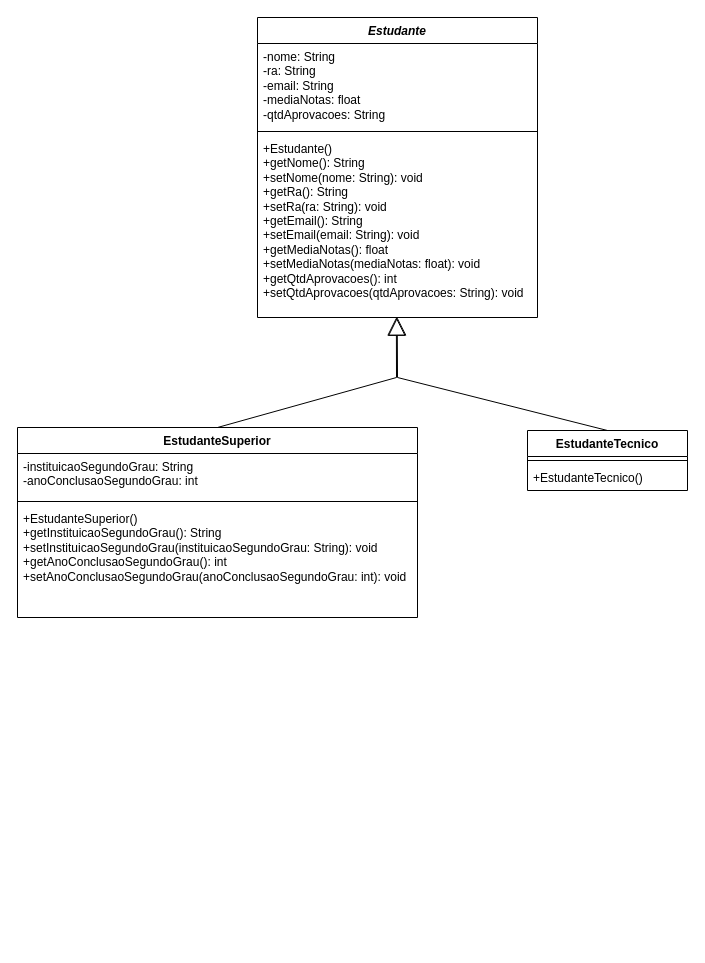
The draw.io diagram Aula4(Abstr_Interface)/Exercicio2_InstituicaoEducacional/Exercicio2_InstituicaoEducacional.drawio in Pedrh/POO, before the edit. Source tidied: cells renumbered, new cells numbered last; positions are measured from the earlier drawing's top-left corner, leaving out a move shared by most shapes. Both pictures are drawn from the tidied source at 100%, with x=0, y=0 at pixel (17, 17).
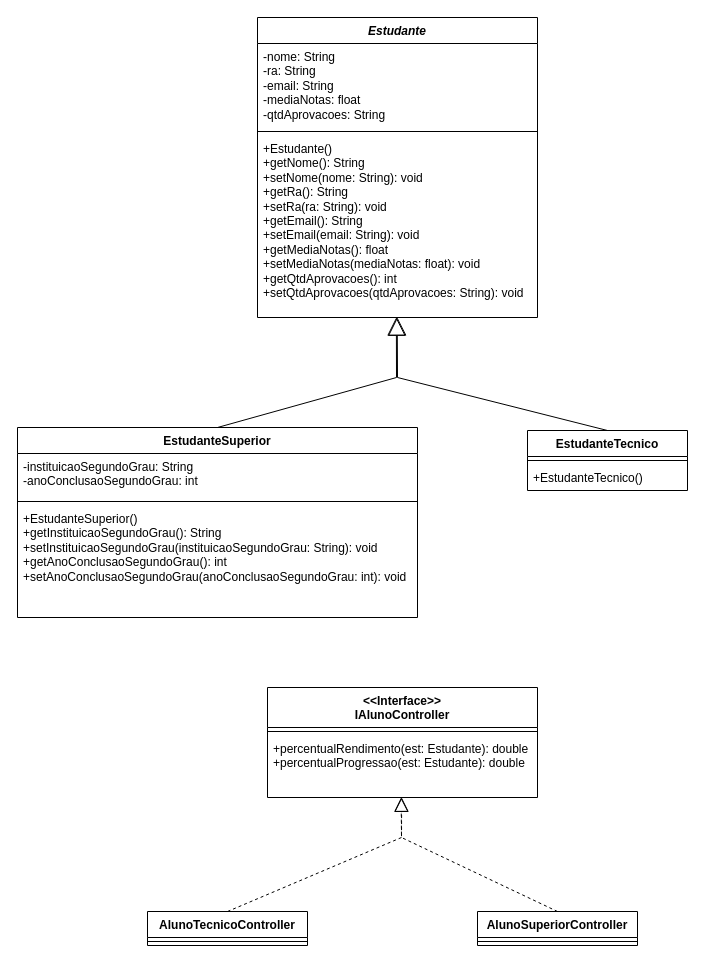
Above is the later version.

What changed in the source:
```diff
@@
+    <mxCell id="15" value="&amp;lt;&amp;lt;Interface&amp;gt;&amp;gt;&lt;div&gt;IAlunoController&lt;/div&gt;" style="swimlane;fontStyle=1;align=center;verticalAlign=top;horizontal=1;startSize=40;whiteSpace=wrap;html=1;" parent="1" vertex="1">
+      <mxGeometry x="250" y="670" width="270" height="110" as="geometry" />
+    </mxCell>
+    <mxCell id="16" style="line;strokeWidth=1;fillColor=none;align=left;verticalAlign=middle;spacingTop=-1;spacingLeft=3;spacingRight=3;labelPosition=right;strokeColor=inherit;" parent="15" vertex="1">
+      <mxGeometry y="40" width="270" height="8" as="geometry" />
+    </mxCell>
+    <mxCell id="17" value="+percentualRendimento(est: Estudante): double&lt;div&gt;+percentualProgressao(est: Estudante): double&lt;/div&gt;" style="text;strokeColor=none;fillColor=none;align=left;verticalAlign=top;spacingLeft=4;spacingRight=4;overflow=hidden;points=[[0,0.5],[1,0.5]];portConstraint=eastwest;whiteSpace=wrap;html=1;" parent="15" vertex="1">
+      <mxGeometry y="48" width="270" height="62" as="geometry" />
+    </mxCell>
+    <mxCell id="18" value="AlunoTecnicoController" style="swimlane;fontStyle=1;align=center;verticalAlign=top;horizontal=1;startSize=26;whiteSpace=wrap;html=1;" parent="1" vertex="1">
+      <mxGeometry x="130" y="894" width="160" height="34" as="geometry" />
+    </mxCell>
+    <mxCell id="19" style="line;strokeWidth=1;fillColor=none;align=left;verticalAlign=middle;spacingTop=-1;spacingLeft=3;spacingRight=3;labelPosition=right;strokeColor=inherit;" parent="18" vertex="1">
+      <mxGeometry y="26" width="160" height="8" as="geometry" />
+    </mxCell>
+    <mxCell id="20" value="AlunoSuperiorController" style="swimlane;fontStyle=1;align=center;verticalAlign=top;horizontal=1;startSize=26;whiteSpace=wrap;html=1;" parent="1" vertex="1">
+      <mxGeometry x="460" y="894" width="160" height="34" as="geometry" />
+    </mxCell>
+    <mxCell id="21" style="line;strokeWidth=1;fillColor=none;align=left;verticalAlign=middle;spacingTop=-1;spacingLeft=3;spacingRight=3;labelPosition=right;strokeColor=inherit;" parent="20" vertex="1">
+      <mxGeometry y="26" width="160" height="8" as="geometry" />
+    </mxCell>
+    <mxCell id="22" style="endArrow=block;dashed=1;endFill=0;endSize=12;html=1;rounded=0;exitX=0.5;exitY=0;exitDx=0;exitDy=0;entryX=0.495;entryY=0.997;entryDx=0;entryDy=0;entryPerimeter=0;" parent="1" edge="1" source="18" target="17">
+      <mxGeometry relative="1" as="geometry">
+        <Array as="points">
+          <mxPoint x="384" y="820" />
+        </Array>
+      </mxGeometry>
+    </mxCell>
+    <mxCell id="23" style="endArrow=block;dashed=1;endFill=0;endSize=12;html=1;rounded=0;exitX=0.5;exitY=0;exitDx=0;exitDy=0;entryX=0.497;entryY=0.997;entryDx=0;entryDy=0;entryPerimeter=0;" parent="1" edge="1" source="20" target="17">
+      <mxGeometry relative="1" as="geometry">
+        <Array as="points">
+          <mxPoint x="384" y="820" />
+        </Array>
+      </mxGeometry>
+    </mxCell>
```
